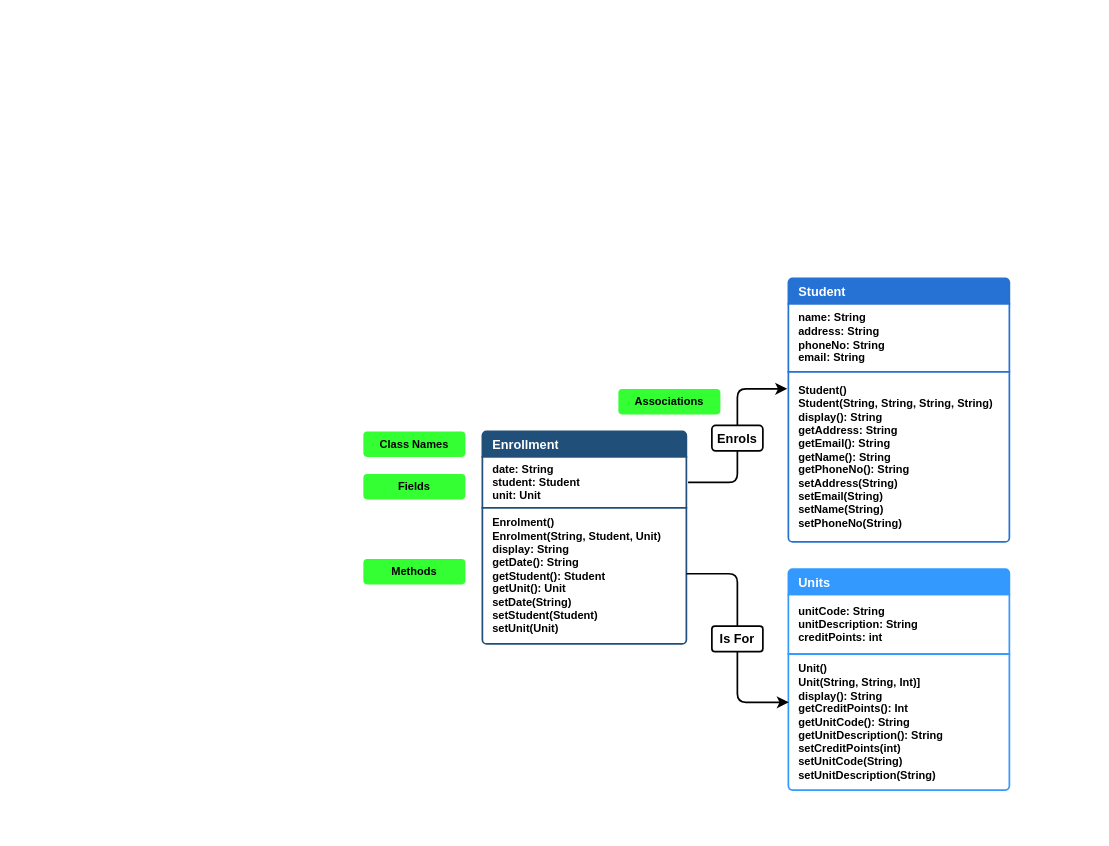
ByteToBits/CompScience keeps this draw.io diagram as Java Programming/Assesment Rolling Project/doc/ClassDiagram.drawio. Above is the earlier version. Source tidied: cells renumbered, new cells numbered last; positions are measured from the earlier drawing's top-left corner, leaving out a move shared by most shapes. Both pictures are drawn from the tidied source at 85%, with x=0, y=0 at pixel (363, 278).
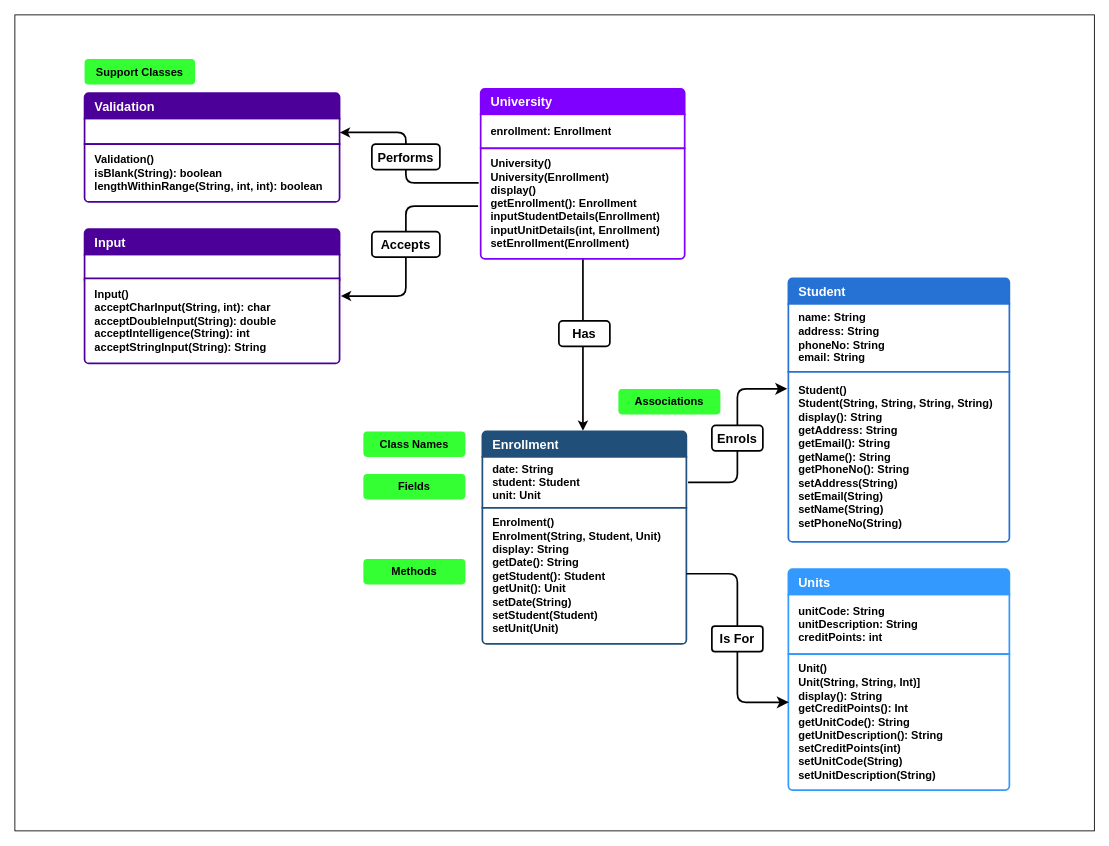
After the change.

Commit message (it also covers changes not shown here):
Update Class Diagram

The change refers to these unchanged cells:
```xml
<mxCell id="2" style="group;fillColor=none;" parent="1" vertex="1">
  <mxGeometry x="140" width="620" height="602" as="geometry" />
</mxCell>
<mxCell id="4" value="Enrollment" style="text;strokeColor=#214f79;fillColor=#204f79;align=left;verticalAlign=middle;spacingLeft=10;spacingRight=10;overflow=hidden;points=[[0,0.5],[1,0.5]];portConstraint=eastwest;whiteSpace=wrap;html=1;shape=mxgraph.bootstrap.topButton;rSize=5;fontColor=#ffffff;labelBackgroundColor=none;fontSize=15;fontStyle=1;fontFamily=Helvetica;strokeWidth=2;labelPadding=0;labelBorderColor=none;shadow=0;perimeterSpacing=0;swimlaneLine=0;" parent="3" vertex="1">
  <mxGeometry width="240" height="30" as="geometry" />
</mxCell>
```

Diff of the diagram source:
```diff
@@
+    <mxCell id="23" style="edgeStyle=orthogonalEdgeStyle;rounded=1;jettySize=auto;html=1;entryX=0.493;entryY=-0.024;entryDx=0;entryDy=0;entryPerimeter=0;curved=0;strokeWidth=2;" parent="1" edge="1" source="27" target="4">
+      <mxGeometry relative="1" as="geometry">
+        <Array as="points">
+          <mxPoint x="258" y="-17" />
+        </Array>
+      </mxGeometry>
+    </mxCell>
@@
-    <mxCell id="19" value="Associations" style="rounded=1;whiteSpace=wrap;html=1;fillColor=#33FF33;fontColor=#000000;strokeColor=none;fontStyle=1;fontSize=13;" parent="2" vertex="1">
+    <mxCell id="19" value="Associations" style="rounded=1;whiteSpace=wrap;html=1;fillColor=#33FF33;fontColor=#000000;strokeColor=none;fontStyle=1;fontSize=13;imageHeight=24;" parent="2" vertex="1">
       <mxGeometry x="160" y="130" width="120" height="30" as="geometry" />
     </mxCell>
+    <mxCell id="24" value="Has" style="text;strokeColor=default;fillColor=default;align=center;verticalAlign=middle;whiteSpace=wrap;rounded=1;fontSize=15;strokeWidth=2;fontStyle=1;labelBackgroundColor=default;gradientColor=none;imageHeight=22;" parent="2" vertex="1">
+      <mxGeometry x="90" y="50" width="60" height="30" as="geometry" />
+    </mxCell>
-    <mxCell id="20" value="Class Names" style="rounded=1;whiteSpace=wrap;html=1;fillColor=#33FF33;fontColor=#000000;strokeColor=none;fontStyle=1;fontSize=13;" parent="1" vertex="1">
+    <mxCell id="20" value="Class Names" style="rounded=1;whiteSpace=wrap;html=1;fillColor=#33FF33;fontColor=#000000;strokeColor=none;fontStyle=1;fontSize=13;imageHeight=24;" parent="1" vertex="1">
       <mxGeometry y="180" width="120" height="30" as="geometry" />
     </mxCell>
-    <mxCell id="21" value="Fields" style="rounded=1;whiteSpace=wrap;html=1;fillColor=#33FF33;fontColor=#000000;strokeColor=none;fontStyle=1;fontSize=13;" parent="1" vertex="1">
+    <mxCell id="21" value="Fields" style="rounded=1;whiteSpace=wrap;html=1;fillColor=#33FF33;fontColor=#000000;strokeColor=none;fontStyle=1;fontSize=13;imageHeight=24;" parent="1" vertex="1">
       <mxGeometry y="230" width="120" height="30" as="geometry" />
     </mxCell>
-    <mxCell id="22" value="Methods" style="rounded=1;whiteSpace=wrap;html=1;fillColor=#33FF33;fontColor=#000000;strokeColor=none;fontStyle=1;fontSize=13;" parent="1" vertex="1">
+    <mxCell id="22" value="Methods" style="rounded=1;whiteSpace=wrap;html=1;fillColor=#33FF33;fontColor=#000000;strokeColor=none;fontStyle=1;fontSize=13;imageHeight=24;" parent="1" vertex="1">
       <mxGeometry y="330" width="120" height="30" as="geometry" />
     </mxCell>
+    <mxCell id="25" value="University" style="text;strokeColor=#7F00FF;fillColor=#7F00FF;align=left;verticalAlign=middle;spacingLeft=10;spacingRight=10;overflow=hidden;whiteSpace=wrap;html=1;shape=mxgraph.bootstrap.topButton;rSize=5;fontColor=#ffffff;labelBackgroundColor=none;fontSize=15;fontStyle=1;fontFamily=Helvetica;strokeWidth=2;labelPadding=0;labelBorderColor=none;shadow=0;perimeterSpacing=0;swimlaneLine=0;" parent="1" vertex="1">
+      <mxGeometry x="138" y="-223" width="240" height="30" as="geometry" />
+    </mxCell>
+    <mxCell id="26" value="enrollment: Enrollment" style="text;strokeColor=#7F00FF;fillColor=#FFFFFF;align=left;verticalAlign=middle;spacingLeft=10;spacingRight=10;overflow=hidden;whiteSpace=wrap;html=1;rSize=5;fontColor=#000000;strokeWidth=2;labelPadding=0;labelBorderColor=none;fontSize=13;fontStyle=1;shadow=0;perimeterSpacing=0;swimlaneLine=0;" parent="1" vertex="1">
+      <mxGeometry x="138" y="-193" width="240" height="40" as="geometry" />
+    </mxCell>
+    <mxCell id="27" value="University()&lt;div&gt;University(Enrollment)&lt;/div&gt;&lt;div&gt;display()&lt;/div&gt;&lt;div&gt;getEnrollment(): Enrollment&lt;/div&gt;&lt;div&gt;inputStudentDetails(Enrollment)&lt;/div&gt;&lt;div&gt;inputUnitDetails(int, Enrollment)&lt;/div&gt;&lt;div&gt;setEnrollment(Enrollment)&lt;/div&gt;" style="text;strokeColor=#7F00FF;fillColor=#FFFFFF;align=left;verticalAlign=middle;spacingLeft=10;spacingRight=10;overflow=hidden;points=[[0,0.5],[1,0.5]];portConstraint=eastwest;whiteSpace=wrap;html=1;shape=mxgraph.bootstrap.bottomButton;rSize=5;fontColor=#000000;strokeWidth=2;labelPadding=0;labelBorderColor=none;fontSize=13;fontStyle=1;shadow=0;perimeterSpacing=0;swimlaneLine=0;" parent="1" vertex="1">
+      <mxGeometry x="138" y="-153" width="240" height="130" as="geometry" />
+    </mxCell>
+    <mxCell id="28" value="Validation" style="text;strokeColor=#4C0099;fillColor=#4C0099;align=left;verticalAlign=middle;spacingLeft=10;spacingRight=10;overflow=hidden;whiteSpace=wrap;html=1;shape=mxgraph.bootstrap.topButton;rSize=5;fontColor=#ffffff;labelBackgroundColor=none;fontSize=15;fontStyle=1;fontFamily=Helvetica;strokeWidth=2;labelPadding=0;labelBorderColor=none;shadow=0;perimeterSpacing=0;swimlaneLine=0;" parent="1" vertex="1">
+      <mxGeometry x="-328" y="-218" width="300" height="30" as="geometry" />
+    </mxCell>
+    <mxCell id="29" style="text;strokeColor=#4C0099;fillColor=#FFFFFF;align=left;verticalAlign=middle;spacingLeft=10;spacingRight=10;overflow=hidden;whiteSpace=wrap;html=1;rSize=5;fontColor=#000000;strokeWidth=2;labelPadding=0;labelBorderColor=none;fontSize=13;fontStyle=1;shadow=0;perimeterSpacing=0;swimlaneLine=0;" parent="1" vertex="1">
+      <mxGeometry x="-328" y="-188" width="300" height="30" as="geometry" />
+    </mxCell>
+    <mxCell id="30" value="Validation()&lt;div&gt;isBlank(String): boolean&lt;/div&gt;&lt;div&gt;lengthWithinRange(String, int, int): boolean&lt;/div&gt;" style="text;strokeColor=#4C0099;fillColor=#FFFFFF;align=left;verticalAlign=middle;spacingLeft=10;spacingRight=10;overflow=hidden;whiteSpace=wrap;html=1;shape=mxgraph.bootstrap.bottomButton;rSize=5;fontColor=#000000;strokeWidth=2;labelPadding=0;labelBorderColor=none;fontSize=13;fontStyle=1;shadow=0;perimeterSpacing=0;swimlaneLine=0;" parent="1" vertex="1">
+      <mxGeometry x="-328" y="-158" width="300" height="68" as="geometry" />
+    </mxCell>
+    <mxCell id="31" value="Support Classes" style="rounded=1;whiteSpace=wrap;html=1;fillColor=#33FF33;fontColor=#000000;strokeColor=none;fontStyle=1;fontSize=13;imageHeight=24;" parent="1" vertex="1">
+      <mxGeometry x="-328" y="-258" width="130" height="30" as="geometry" />
+    </mxCell>
+    <mxCell id="32" value="Input" style="text;strokeColor=#4C0099;fillColor=#4C0099;align=left;verticalAlign=middle;spacingLeft=10;spacingRight=10;overflow=hidden;whiteSpace=wrap;html=1;shape=mxgraph.bootstrap.topButton;rSize=5;fontColor=#ffffff;labelBackgroundColor=none;fontSize=15;fontStyle=1;fontFamily=Helvetica;strokeWidth=2;labelPadding=0;labelBorderColor=none;shadow=0;perimeterSpacing=0;swimlaneLine=0;" parent="1" vertex="1">
+      <mxGeometry x="-328" y="-58" width="300" height="30" as="geometry" />
+    </mxCell>
+    <mxCell id="33" style="text;strokeColor=#4C0099;fillColor=#FFFFFF;align=left;verticalAlign=middle;spacingLeft=10;spacingRight=10;overflow=hidden;whiteSpace=wrap;html=1;rSize=5;fontColor=#000000;strokeWidth=2;labelPadding=0;labelBorderColor=none;fontSize=13;fontStyle=1;shadow=0;perimeterSpacing=0;swimlaneLine=0;" parent="1" vertex="1">
+      <mxGeometry x="-328" y="-28" width="300" height="30" as="geometry" />
+    </mxCell>
+    <mxCell id="34" value="Input()&lt;div&gt;acceptCharInput(String, int): char&lt;/div&gt;&lt;div&gt;acceptDoubleInput(String): double&lt;/div&gt;&lt;div&gt;acceptIntelligence(String): int&lt;/div&gt;&lt;div&gt;acceptStringInput(String): String&lt;/div&gt;" style="text;strokeColor=#4C0099;fillColor=#FFFFFF;align=left;verticalAlign=middle;spacingLeft=10;spacingRight=10;overflow=hidden;whiteSpace=wrap;html=1;shape=mxgraph.bootstrap.bottomButton;rSize=5;fontColor=#000000;strokeWidth=2;labelPadding=0;labelBorderColor=none;fontSize=13;fontStyle=1;shadow=0;perimeterSpacing=0;swimlaneLine=0;" parent="1" vertex="1">
+      <mxGeometry x="-328" width="300" height="100" as="geometry" />
+    </mxCell>
+    <mxCell id="35" style="edgeStyle=orthogonalEdgeStyle;rounded=1;orthogonalLoop=1;jettySize=auto;html=1;entryX=1.005;entryY=0.358;entryDx=0;entryDy=0;entryPerimeter=0;curved=0;strokeWidth=2;" parent="1" edge="1">
+      <mxGeometry relative="1" as="geometry">
+        <mxPoint x="135" y="-85" as="sourcePoint" />
+        <mxPoint x="-26.5" y="20.8" as="targetPoint" />
+        <Array as="points">
+          <mxPoint x="50" y="-85" />
+          <mxPoint x="50" y="21" />
+        </Array>
+      </mxGeometry>
+    </mxCell>
+    <mxCell id="36" style="edgeStyle=orthogonalEdgeStyle;rounded=1;orthogonalLoop=1;jettySize=auto;html=1;curved=0;strokeWidth=2;exitX=-0.01;exitY=0.459;exitDx=0;exitDy=0;exitPerimeter=0;entryX=1.001;entryY=0.078;entryDx=0;entryDy=0;entryPerimeter=0;" parent="1" edge="1">
+      <mxGeometry relative="1" as="geometry">
+        <mxPoint x="135.6" y="-112.3" as="sourcePoint" />
+        <mxPoint x="-27.7" y="-171.7" as="targetPoint" />
+        <Array as="points">
+          <mxPoint x="50" y="-112" />
+          <mxPoint x="50" y="-172" />
+        </Array>
+      </mxGeometry>
+    </mxCell>
+    <mxCell id="37" value="Performs" style="text;strokeColor=default;fillColor=default;align=center;verticalAlign=middle;whiteSpace=wrap;rounded=1;fontSize=15;strokeWidth=2;fontStyle=1;labelBackgroundColor=default;gradientColor=none;imageHeight=22;" parent="1" vertex="1">
+      <mxGeometry x="10" y="-158" width="80" height="30" as="geometry" />
+    </mxCell>
+    <mxCell id="38" value="Accepts" style="text;strokeColor=default;fillColor=default;align=center;verticalAlign=middle;whiteSpace=wrap;rounded=1;fontSize=15;strokeWidth=2;fontStyle=1;labelBackgroundColor=default;gradientColor=none;imageHeight=22;" parent="1" vertex="1">
+      <mxGeometry x="10" y="-55" width="80" height="30" as="geometry" />
+    </mxCell>
+    <mxCell id="39" style="rounded=0;whiteSpace=wrap;html=1;gradientColor=default;fillColor=none;strokeColor=default;" parent="1" vertex="1">
+      <mxGeometry x="-410" y="-310" width="1270" height="960" as="geometry" />
+    </mxCell>
```
